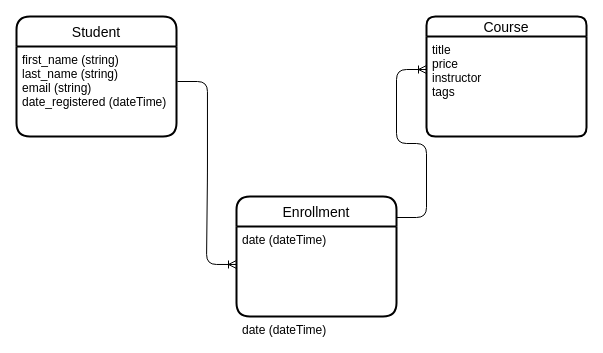
bituritesh/DB-modelling keeps this draw.io diagram as First_Diagram.drawio. Above is the earlier version. Source tidied: cells renumbered, new cells numbered last; positions are measured from the earlier drawing's top-left corner, leaving out a move shared by most shapes. Both pictures are drawn from the tidied source at 100%, with x=0, y=0 at pixel (16, 16).
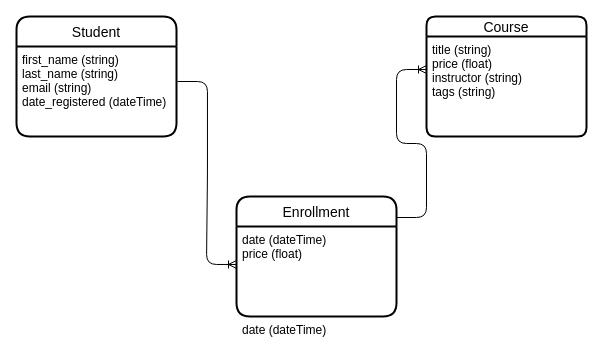
The same page after the edit.

What changed in the source:
```diff
@@
 <mxGraphModel>
   <root>
     <mxCell id="0" />
     <mxCell id="1" parent="0" />
     <mxCell id="2" value="Student" style="swimlane;horizontal=1;startSize=30;rounded=1;fontSize=14;fontStyle=0;strokeWidth=2;shadow=0;dashed=0;align=center;" parent="1" vertex="1">
       <mxGeometry width="160" height="120" as="geometry" />
     </mxCell>
     <mxCell id="3" value="first_name (string)&#10;last_name (string)&#10;email (string)&#10;date_registered (dateTime)&#10;" style="align=left;strokeColor=none;fillColor=none;spacingLeft=4;fontSize=12;verticalAlign=top;" parent="2" vertex="1">
       <mxGeometry y="30" width="160" height="90" as="geometry" />
     </mxCell>
     <mxCell id="4" value="Course" style="swimlane;horizontal=1;startSize=20;rounded=1;fontSize=14;fontStyle=0;strokeWidth=2;shadow=0;dashed=0;align=center;" parent="1" vertex="1">
       <mxGeometry x="410" width="160" height="120" as="geometry" />
     </mxCell>
-    <mxCell id="5" value="title&#10;price&#10;instructor&#10;tags&#10;" style="align=left;strokeColor=none;fillColor=none;spacingLeft=4;fontSize=12;verticalAlign=top;" parent="4" vertex="1">
+    <mxCell id="5" value="title (string)&#10;price (float)&#10;instructor (string)&#10;tags (string)&#10;" style="align=left;strokeColor=none;fillColor=none;spacingLeft=4;fontSize=12;verticalAlign=top;" parent="4" vertex="1">
       <mxGeometry y="20" width="160" height="100" as="geometry" />
     </mxCell>
     <mxCell id="6" value="Enrollment" style="swimlane;horizontal=1;startSize=30;rounded=1;fontSize=14;fontStyle=0;strokeWidth=2;shadow=0;dashed=0;align=center;" parent="1" vertex="1">
       <mxGeometry x="220" y="180" width="160" height="120" as="geometry" />
     </mxCell>
-    <mxCell id="7" value="date (dateTime)" style="align=left;strokeColor=none;fillColor=none;spacingLeft=4;fontSize=12;verticalAlign=top;" parent="6" vertex="1">
+    <mxCell id="7" value="date (dateTime)&#10;price (float)&#10;" style="align=left;strokeColor=none;fillColor=none;spacingLeft=4;fontSize=12;verticalAlign=top;" parent="6" vertex="1">
       <mxGeometry y="30" width="160" height="90" as="geometry" />
     </mxCell>
     <mxCell id="8" value="date (dateTime)" style="align=left;strokeColor=none;fillColor=none;spacingLeft=4;fontSize=12;verticalAlign=top;" parent="6" vertex="1">
       <mxGeometry y="120" width="160" as="geometry" />
     </mxCell>
     <mxCell id="9" style="edgeStyle=entityRelationEdgeStyle;fontSize=12;html=1;endArrow=ERoneToMany;exitX=1;exitY=0.175;exitDx=0;exitDy=0;exitPerimeter=0;entryX=0;entryY=0.33;entryDx=0;entryDy=0;entryPerimeter=0;" parent="1" edge="1" source="6" target="5">
       <mxGeometry relative="1" as="geometry" />
     </mxCell>
     <mxCell id="10" style="edgeStyle=entityRelationEdgeStyle;fontSize=12;html=1;endArrow=ERoneToMany;exitX=1.006;exitY=0.389;exitDx=0;exitDy=0;exitPerimeter=0;entryX=0;entryY=0.422;entryDx=0;entryDy=0;entryPerimeter=0;" parent="1" edge="1" source="3" target="7">
       <mxGeometry relative="1" as="geometry" />
     </mxCell>
   </root>
 </mxGraphModel>
```
